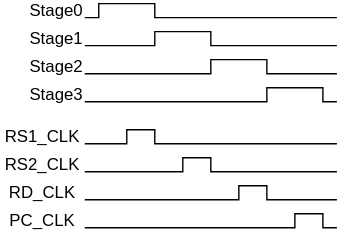
amane-uehara/kanade-k-1228.github.io keeps this draw.io diagram as Lab/Computer/RK16/01_Architecture/img/timing.dio.svg. Above is the earlier version. Source tidied: cells renumbered, new cells last; positions are measured from the earlier drawing's top-left corner, leaving out a move shared by most shapes.
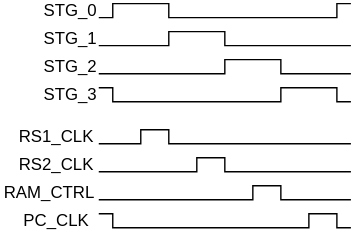
Above is the later version.

Diff of the diagram source:
```diff
@@ -5,16 +5,18 @@
     <mxCell id="2" style="endArrow=none;html=1;rounded=0;" parent="1" edge="1">
       <mxGeometry relative="1" as="geometry">
         <mxPoint x="60" y="10" as="sourcePoint" />
-        <mxPoint x="240" y="10" as="targetPoint" />
+        <mxPoint x="240" as="targetPoint" />
         <Array as="points">
           <mxPoint x="70" y="10" />
           <mxPoint x="70" />
           <mxPoint x="110" />
           <mxPoint x="110" y="10" />
+          <mxPoint x="230" y="10" />
+          <mxPoint x="230" />
         </Array>
       </mxGeometry>
     </mxCell>
-    <mxCell id="3" value="Stage0" style="text;html=1;strokeColor=none;fillColor=none;align=center;verticalAlign=middle;whiteSpace=wrap;rounded=0;" parent="1" vertex="1">
+    <mxCell id="3" value="STG_0" style="text;html=1;strokeColor=none;fillColor=none;align=center;verticalAlign=middle;whiteSpace=wrap;rounded=0;" parent="1" vertex="1">
       <mxGeometry x="20" width="40" height="10" as="geometry" />
     </mxCell>
     <mxCell id="4" style="endArrow=none;html=1;rounded=0;" parent="1" edge="1">
@@ -43,9 +45,11 @@
     </mxCell>
     <mxCell id="6" style="endArrow=none;html=1;rounded=0;" parent="1" edge="1">
       <mxGeometry relative="1" as="geometry">
-        <mxPoint x="60" y="70" as="sourcePoint" />
+        <mxPoint x="60" y="60" as="sourcePoint" />
         <mxPoint x="240" y="70" as="targetPoint" />
         <Array as="points">
+          <mxPoint x="70" y="60" />
+          <mxPoint x="70" y="70" />
           <mxPoint x="190" y="70" />
           <mxPoint x="190" y="60" />
           <mxPoint x="230" y="60" />
@@ -91,9 +95,11 @@
     </mxCell>
     <mxCell id="10" style="endArrow=none;html=1;rounded=0;" parent="1" edge="1">
       <mxGeometry relative="1" as="geometry">
-        <mxPoint x="60" y="160" as="sourcePoint" />
+        <mxPoint x="60" y="150" as="sourcePoint" />
         <mxPoint x="240" y="160" as="targetPoint" />
         <Array as="points">
+          <mxPoint x="70" y="150" />
+          <mxPoint x="70" y="160" />
           <mxPoint x="210" y="160" />
           <mxPoint x="210" y="150" />
           <mxPoint x="230" y="150" />
@@ -107,19 +113,19 @@
     <mxCell id="12" value="RS2_CLK" style="text;html=1;strokeColor=none;fillColor=none;align=center;verticalAlign=middle;whiteSpace=wrap;rounded=0;" parent="1" vertex="1">
       <mxGeometry y="110" width="60" height="10" as="geometry" />
     </mxCell>
-    <mxCell id="13" value="RD_CLK" style="text;html=1;strokeColor=none;fillColor=none;align=center;verticalAlign=middle;whiteSpace=wrap;rounded=0;" parent="1" vertex="1">
-      <mxGeometry y="130" width="60" height="10" as="geometry" />
+    <mxCell id="13" value="RAM_CTRL" style="text;html=1;strokeColor=none;fillColor=none;align=center;verticalAlign=middle;whiteSpace=wrap;rounded=0;" parent="1" vertex="1">
+      <mxGeometry x="-10" y="130" width="70" height="10" as="geometry" />
     </mxCell>
     <mxCell id="14" value="PC_CLK" style="text;html=1;strokeColor=none;fillColor=none;align=center;verticalAlign=middle;whiteSpace=wrap;rounded=0;" parent="1" vertex="1">
       <mxGeometry y="150" width="60" height="10" as="geometry" />
     </mxCell>
-    <mxCell id="15" value="Stage1" style="text;html=1;strokeColor=none;fillColor=none;align=center;verticalAlign=middle;whiteSpace=wrap;rounded=0;" parent="1" vertex="1">
+    <mxCell id="15" value="STG_1" style="text;html=1;strokeColor=none;fillColor=none;align=center;verticalAlign=middle;whiteSpace=wrap;rounded=0;" parent="1" vertex="1">
       <mxGeometry x="20" y="20" width="40" height="10" as="geometry" />
     </mxCell>
-    <mxCell id="16" value="Stage2" style="text;html=1;strokeColor=none;fillColor=none;align=center;verticalAlign=middle;whiteSpace=wrap;rounded=0;" parent="1" vertex="1">
+    <mxCell id="16" value="STG_2" style="text;html=1;strokeColor=none;fillColor=none;align=center;verticalAlign=middle;whiteSpace=wrap;rounded=0;" parent="1" vertex="1">
       <mxGeometry x="20" y="40" width="40" height="10" as="geometry" />
     </mxCell>
-    <mxCell id="17" value="Stage3" style="text;html=1;strokeColor=none;fillColor=none;align=center;verticalAlign=middle;whiteSpace=wrap;rounded=0;" parent="1" vertex="1">
+    <mxCell id="17" value="STG_3" style="text;html=1;strokeColor=none;fillColor=none;align=center;verticalAlign=middle;whiteSpace=wrap;rounded=0;" parent="1" vertex="1">
       <mxGeometry x="20" y="60" width="40" height="10" as="geometry" />
     </mxCell>
   </root>
```
